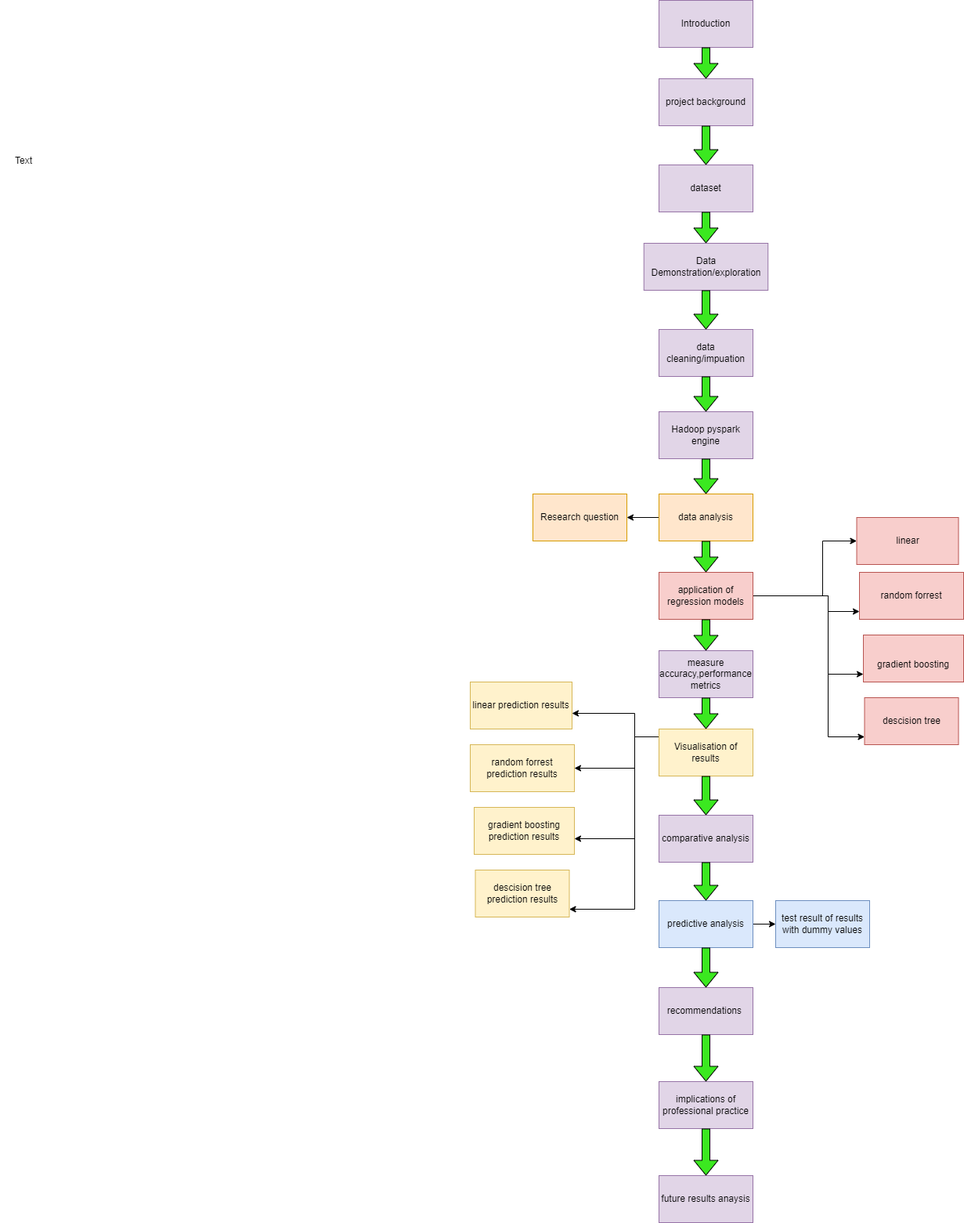
Above: TOC.drawio.png in nishacado/Predicting-GDP (draw.io), before the change. Source tidied: cells renumbered, new cells last; positions are measured from the earlier drawing's top-left corner, leaving out a move shared by most shapes.
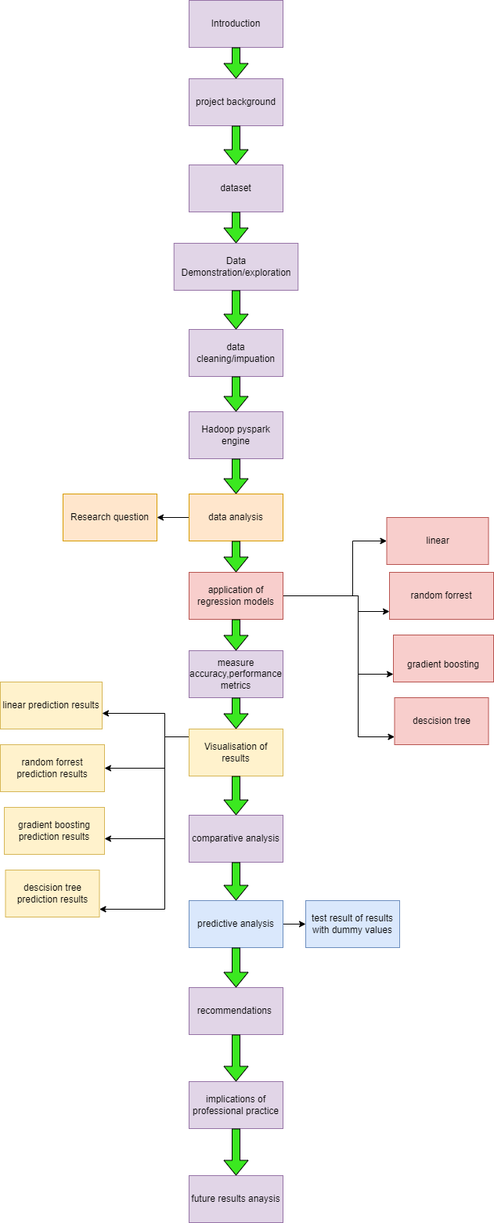
The same diagram one commit later.

The edit, as a diff of the source:
```diff
@@ -14,9 +14,6 @@
     <mxCell id="5" value="Hadoop pyspark engine" style="rounded=0;whiteSpace=wrap;html=1;fillColor=#e1d5e7;strokeColor=#9673a6;" parent="1" vertex="1">
       <mxGeometry x="841" y="525" width="120" height="60" as="geometry" />
     </mxCell>
-    <mxCell id="6" value="Text" style="text;html=1;strokeColor=none;fillColor=none;align=center;verticalAlign=middle;whiteSpace=wrap;rounded=0;" parent="1" vertex="1">
-      <mxGeometry y="190" width="60" height="30" as="geometry" />
-    </mxCell>
     <mxCell id="7" style="edgeStyle=orthogonalEdgeStyle;rounded=0;jettySize=auto;html=1;" parent="1" edge="1" source="8" target="51">
       <mxGeometry relative="1" as="geometry" />
     </mxCell>
```
